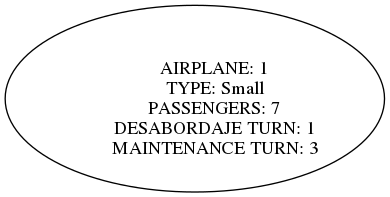
This is ListAirport2.0/planes.png from SofiaQuintana/IPC1_201731874, a Graphviz export, as it was before one commit. Its source is kept beside it as ListAirport2.0/Planes.dot.
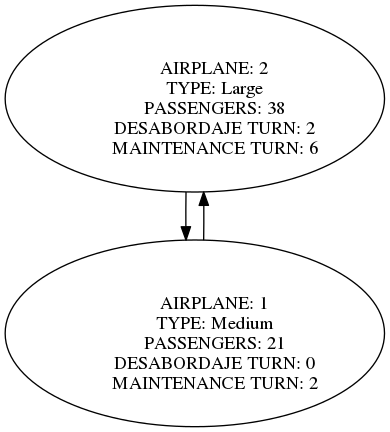
The same file after the commit.

What changed in the source:
```diff
@@ -1,10 +1,19 @@
 digraph listadoble {
- Node933894007[label="
+ Node1163542288[label="
+	AIRPLANE: 2
+	TYPE: Large
+	PASSENGERS: 38
+	DESABORDAJE TURN: 2
+	MAINTENANCE TURN: 6
+"];
+Node1163542288->Node1719796035;
+Node1719796035->Node1163542288;
+ Node1719796035[label="
 	AIRPLANE: 1
-	TYPE: Small
-	PASSENGERS: 7
-	DESABORDAJE TURN: 1
-	MAINTENANCE TURN: 3
+	TYPE: Medium
+	PASSENGERS: 21
+	DESABORDAJE TURN: 0
+	MAINTENANCE TURN: 2
 "];
 
 }
```
